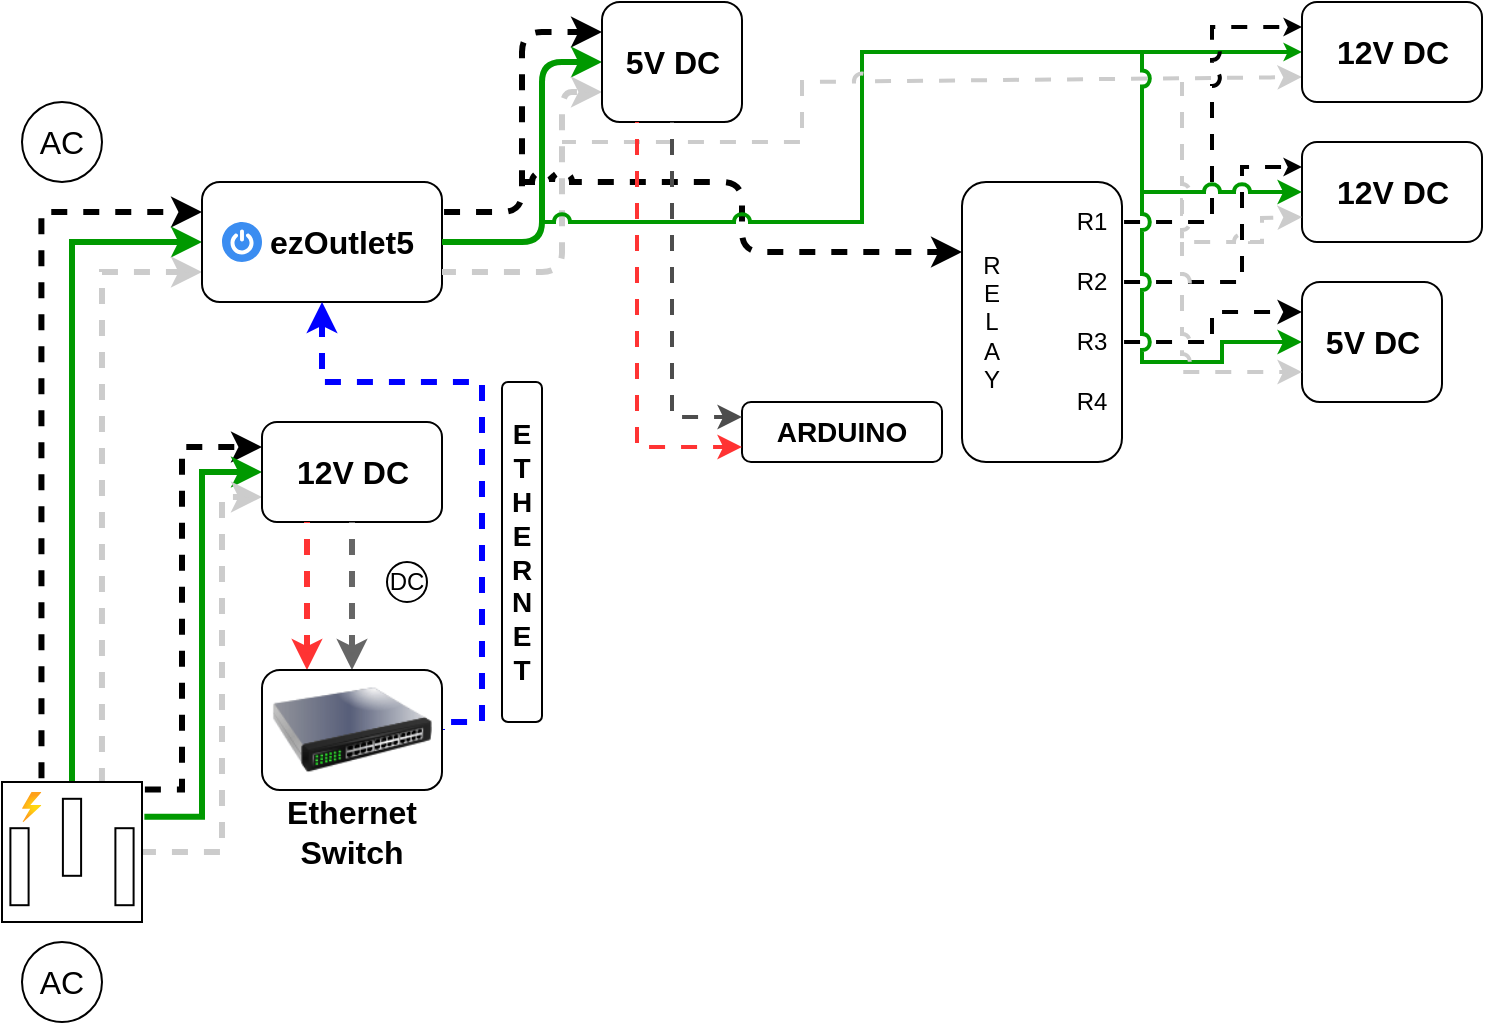
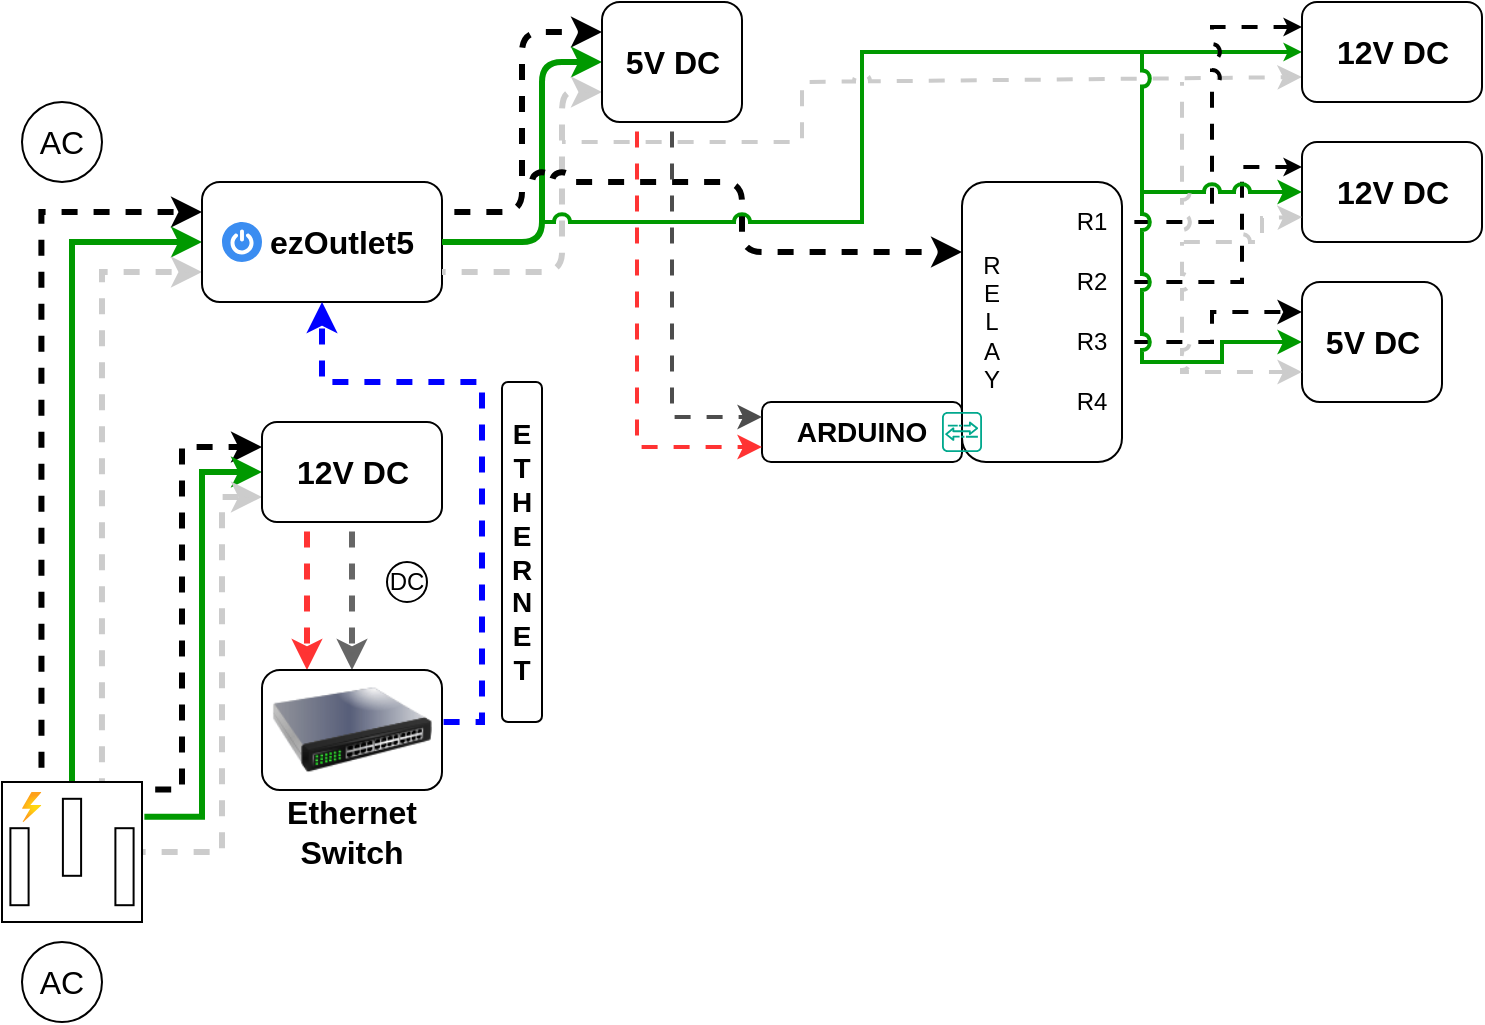
<mxfile host="app.diagrams.net" agent="Mozilla/5.0 (Windows NT 10.0; Win64; x64) AppleWebKit/537.36 (KHTML, like Gecko) Chrome/131.0.0.0 Safari/537.36 Edg/131.0.0.0" version="25.0.3">
  <diagram name="Page-1" id="VlRkN-xOVygPYa-iD9Ir">
-     <mxGraphModel dx="875" dy="548" grid="1" gridSize="10" guides="1" tooltips="1" connect="1" arrows="1" fold="1" page="1" pageScale="1" pageWidth="1169" pageHeight="827" background="none" math="0" shadow="0">
+     <mxGraphModel dx="202" dy="127" grid="1" gridSize="10" guides="1" tooltips="1" connect="1" arrows="1" fold="1" page="1" pageScale="1" pageWidth="1169" pageHeight="827" background="none" math="0" shadow="0">
      <root>
        <mxCell id="0" />
        <mxCell id="1" parent="0" />
        <mxCell id="JVLtuT8sySUBbFbLTn6r-3" style="edgeStyle=orthogonalEdgeStyle;rounded=0;orthogonalLoop=1;jettySize=auto;html=1;entryX=0;entryY=0.25;entryDx=0;entryDy=0;exitX=0.282;exitY=-0.013;exitDx=0;exitDy=0;exitPerimeter=0;strokeWidth=3;flowAnimation=1;flowAnimationDirection=alternate;flowAnimationTimingFunction=ease-in-out;flowAnimationDuration=1500;" edge="1" parent="1" source="pD8juBFKP1GN8B8eYQTb-1" target="pD8juBFKP1GN8B8eYQTb-3">
          <mxGeometry relative="1" as="geometry" />
        </mxCell>
        <mxCell id="JVLtuT8sySUBbFbLTn6r-4" style="edgeStyle=orthogonalEdgeStyle;rounded=0;orthogonalLoop=1;jettySize=auto;html=1;exitX=0.5;exitY=0;exitDx=0;exitDy=0;exitPerimeter=0;entryX=0;entryY=0.5;entryDx=0;entryDy=0;strokeColor=#009900;strokeWidth=3;" edge="1" parent="1" source="pD8juBFKP1GN8B8eYQTb-1" target="pD8juBFKP1GN8B8eYQTb-3">
          <mxGeometry relative="1" as="geometry" />
        </mxCell>
        <mxCell id="JVLtuT8sySUBbFbLTn6r-5" style="edgeStyle=orthogonalEdgeStyle;rounded=0;orthogonalLoop=1;jettySize=auto;html=1;entryX=0;entryY=0.75;entryDx=0;entryDy=0;exitX=0.714;exitY=0;exitDx=0;exitDy=0;exitPerimeter=0;strokeWidth=3;strokeColor=#CCCCCC;flowAnimation=1;flowAnimationDirection=alternate-reverse;flowAnimationTimingFunction=ease-in-out;flowAnimationDuration=1500;" edge="1" parent="1" source="pD8juBFKP1GN8B8eYQTb-1" target="pD8juBFKP1GN8B8eYQTb-3">
          <mxGeometry relative="1" as="geometry">
            <mxPoint x="120" y="320" as="targetPoint" />
          </mxGeometry>
        </mxCell>
        <mxCell id="JVLtuT8sySUBbFbLTn6r-6" style="edgeStyle=orthogonalEdgeStyle;rounded=0;orthogonalLoop=1;jettySize=auto;html=1;entryX=0;entryY=0.25;entryDx=0;entryDy=0;exitX=1.006;exitY=0.054;exitDx=0;exitDy=0;exitPerimeter=0;strokeWidth=3;flowAnimation=1;flowAnimationDirection=alternate;flowAnimationTimingFunction=ease-in-out;flowAnimationDuration=1500;" edge="1" parent="1" source="pD8juBFKP1GN8B8eYQTb-1" target="pD8juBFKP1GN8B8eYQTb-24">
          <mxGeometry relative="1" as="geometry">
            <Array as="points">
              <mxPoint x="120" y="404" />
              <mxPoint x="120" y="233" />
            </Array>
          </mxGeometry>
        </mxCell>
        <mxCell id="JVLtuT8sySUBbFbLTn6r-7" style="edgeStyle=orthogonalEdgeStyle;rounded=0;orthogonalLoop=1;jettySize=auto;html=1;entryX=0;entryY=0.5;entryDx=0;entryDy=0;exitX=1.017;exitY=0.249;exitDx=0;exitDy=0;exitPerimeter=0;strokeWidth=3;strokeColor=#009900;" edge="1" parent="1" source="pD8juBFKP1GN8B8eYQTb-1" target="pD8juBFKP1GN8B8eYQTb-24">
          <mxGeometry relative="1" as="geometry" />
        </mxCell>
        <mxCell id="JVLtuT8sySUBbFbLTn6r-8" style="edgeStyle=orthogonalEdgeStyle;rounded=0;orthogonalLoop=1;jettySize=auto;html=1;entryX=0;entryY=0.75;entryDx=0;entryDy=0;strokeColor=#CCCCCC;strokeWidth=3;flowAnimation=1;flowAnimationDirection=alternate-reverse;flowAnimationTimingFunction=ease-in-out;flowAnimationDuration=1500;" edge="1" parent="1" source="pD8juBFKP1GN8B8eYQTb-1" target="pD8juBFKP1GN8B8eYQTb-24">
          <mxGeometry relative="1" as="geometry">
            <Array as="points">
              <mxPoint x="140" y="435" />
              <mxPoint x="140" y="258" />
            </Array>
          </mxGeometry>
        </mxCell>
        <mxCell id="JVLtuT8sySUBbFbLTn6r-1" value="" style="group" vertex="1" connectable="0" parent="1">
          <mxGeometry x="30" y="480" width="60" height="40" as="geometry" />
        </mxCell>
        <mxCell id="pD8juBFKP1GN8B8eYQTb-22" value="AC" style="text;html=1;align=center;verticalAlign=middle;whiteSpace=wrap;rounded=0;fontSize=16;" parent="JVLtuT8sySUBbFbLTn6r-1" vertex="1">
          <mxGeometry y="5" width="60" height="30" as="geometry" />
        </mxCell>
        <mxCell id="pD8juBFKP1GN8B8eYQTb-23" value="" style="ellipse;whiteSpace=wrap;html=1;fillColor=none;" parent="JVLtuT8sySUBbFbLTn6r-1" vertex="1">
          <mxGeometry x="10" width="40" height="40" as="geometry" />
        </mxCell>
        <mxCell id="JVLtuT8sySUBbFbLTn6r-2" value="" style="group" vertex="1" connectable="0" parent="1">
          <mxGeometry x="30" y="60" width="60" height="40" as="geometry" />
        </mxCell>
        <mxCell id="pD8juBFKP1GN8B8eYQTb-9" value="" style="ellipse;whiteSpace=wrap;html=1;fillColor=none;" parent="JVLtuT8sySUBbFbLTn6r-2" vertex="1">
          <mxGeometry x="10" width="40" height="40" as="geometry" />
        </mxCell>
        <mxCell id="pD8juBFKP1GN8B8eYQTb-11" value="AC" style="text;html=1;align=center;verticalAlign=middle;whiteSpace=wrap;rounded=0;fontSize=16;" parent="JVLtuT8sySUBbFbLTn6r-2" vertex="1">
          <mxGeometry y="5" width="60" height="30" as="geometry" />
        </mxCell>
        <mxCell id="JVLtuT8sySUBbFbLTn6r-9" value="" style="group" vertex="1" connectable="0" parent="1">
          <mxGeometry x="130" y="100" width="120" height="60" as="geometry" />
        </mxCell>
        <mxCell id="JVLtuT8sySUBbFbLTn6r-16" value="" style="group" vertex="1" connectable="0" parent="JVLtuT8sySUBbFbLTn6r-9">
          <mxGeometry width="120" height="60" as="geometry" />
        </mxCell>
        <mxCell id="pD8juBFKP1GN8B8eYQTb-3" value="" style="rounded=1;whiteSpace=wrap;html=1;" parent="JVLtuT8sySUBbFbLTn6r-16" vertex="1">
          <mxGeometry width="120" height="60" as="geometry" />
        </mxCell>
        <mxCell id="JVLtuT8sySUBbFbLTn6r-13" value="" style="sketch=0;html=1;aspect=fixed;strokeColor=none;shadow=0;fillColor=#3B8DF1;verticalAlign=top;labelPosition=center;verticalLabelPosition=bottom;shape=mxgraph.gcp2.a7_power" vertex="1" parent="JVLtuT8sySUBbFbLTn6r-16">
          <mxGeometry x="10" y="20" width="20" height="20" as="geometry" />
        </mxCell>
        <mxCell id="pD8juBFKP1GN8B8eYQTb-15" value="&lt;b&gt;ezOutlet5&lt;/b&gt;" style="text;html=1;align=center;verticalAlign=middle;whiteSpace=wrap;rounded=0;fontSize=16;" parent="JVLtuT8sySUBbFbLTn6r-16" vertex="1">
          <mxGeometry x="40" y="10" width="60" height="40" as="geometry" />
        </mxCell>
        <mxCell id="JVLtuT8sySUBbFbLTn6r-11" value="" style="group" vertex="1" connectable="0" parent="1">
          <mxGeometry x="160" y="220" width="90" height="50" as="geometry" />
        </mxCell>
        <mxCell id="JVLtuT8sySUBbFbLTn6r-72" value="" style="group" vertex="1" connectable="0" parent="JVLtuT8sySUBbFbLTn6r-11">
          <mxGeometry width="90" height="50" as="geometry" />
        </mxCell>
        <mxCell id="pD8juBFKP1GN8B8eYQTb-24" value="" style="rounded=1;whiteSpace=wrap;html=1;" parent="JVLtuT8sySUBbFbLTn6r-72" vertex="1">
          <mxGeometry width="90" height="50" as="geometry" />
        </mxCell>
        <mxCell id="JVLtuT8sySUBbFbLTn6r-10" value="&lt;font style=&quot;font-size: 16px;&quot;&gt;&lt;b&gt;12V DC&lt;/b&gt;&lt;/font&gt;" style="text;html=1;align=center;verticalAlign=middle;whiteSpace=wrap;rounded=0;" vertex="1" parent="JVLtuT8sySUBbFbLTn6r-72">
          <mxGeometry x="15.75" y="10" width="58.5" height="30" as="geometry" />
        </mxCell>
        <mxCell id="JVLtuT8sySUBbFbLTn6r-18" value="" style="group" vertex="1" connectable="0" parent="1">
          <mxGeometry x="30" y="400" width="70" height="70" as="geometry" />
        </mxCell>
        <mxCell id="pD8juBFKP1GN8B8eYQTb-1" value="" style="pointerEvents=1;verticalLabelPosition=bottom;shadow=0;dashed=0;align=center;html=1;verticalAlign=top;shape=mxgraph.electrical.miscellaneous.ac_out" parent="JVLtuT8sySUBbFbLTn6r-18" vertex="1">
          <mxGeometry width="70" height="70" as="geometry" />
        </mxCell>
        <mxCell id="JVLtuT8sySUBbFbLTn6r-12" value="" style="image;aspect=fixed;html=1;points=[];align=center;fontSize=12;image=img/lib/azure2/general/Power.svg;" vertex="1" parent="JVLtuT8sySUBbFbLTn6r-18">
          <mxGeometry x="10" y="5" width="9.72" height="15" as="geometry" />
        </mxCell>
        <mxCell id="JVLtuT8sySUBbFbLTn6r-23" style="edgeStyle=orthogonalEdgeStyle;rounded=0;orthogonalLoop=1;jettySize=auto;html=1;entryX=0.25;entryY=0;entryDx=0;entryDy=0;exitX=0.25;exitY=1;exitDx=0;exitDy=0;strokeColor=#FF3333;strokeWidth=3;flowAnimation=1;" edge="1" parent="1" source="pD8juBFKP1GN8B8eYQTb-24" target="JVLtuT8sySUBbFbLTn6r-19">
          <mxGeometry relative="1" as="geometry" />
        </mxCell>
        <mxCell id="JVLtuT8sySUBbFbLTn6r-28" value="" style="group" vertex="1" connectable="0" parent="1">
          <mxGeometry x="220" y="290" width="25" height="20" as="geometry" />
        </mxCell>
        <mxCell id="JVLtuT8sySUBbFbLTn6r-26" value="" style="ellipse;whiteSpace=wrap;html=1;aspect=fixed;" vertex="1" parent="JVLtuT8sySUBbFbLTn6r-28">
          <mxGeometry x="2.5" width="20" height="20" as="geometry" />
        </mxCell>
        <mxCell id="JVLtuT8sySUBbFbLTn6r-27" value="&lt;font&gt;DC&lt;/font&gt;" style="text;html=1;align=center;verticalAlign=middle;whiteSpace=wrap;rounded=0;" vertex="1" parent="JVLtuT8sySUBbFbLTn6r-28">
          <mxGeometry y="2.5" width="25" height="15" as="geometry" />
        </mxCell>
        <mxCell id="JVLtuT8sySUBbFbLTn6r-29" style="edgeStyle=orthogonalEdgeStyle;rounded=0;orthogonalLoop=1;jettySize=auto;html=1;exitX=0.5;exitY=1;exitDx=0;exitDy=0;entryX=0.5;entryY=0;entryDx=0;entryDy=0;strokeWidth=3;flowAnimation=1;strokeColor=#666666;" edge="1" parent="1" source="pD8juBFKP1GN8B8eYQTb-24" target="JVLtuT8sySUBbFbLTn6r-19">
          <mxGeometry relative="1" as="geometry" />
        </mxCell>
        <mxCell id="JVLtuT8sySUBbFbLTn6r-30" style="edgeStyle=orthogonalEdgeStyle;rounded=0;orthogonalLoop=1;jettySize=auto;html=1;exitX=1;exitY=0.5;exitDx=0;exitDy=0;entryX=0.5;entryY=1;entryDx=0;entryDy=0;strokeColor=#0000FF;strokeWidth=3;flowAnimation=1;" edge="1" parent="1" source="JVLtuT8sySUBbFbLTn6r-19" target="pD8juBFKP1GN8B8eYQTb-3">
          <mxGeometry relative="1" as="geometry">
            <Array as="points">
              <mxPoint x="270" y="370" />
              <mxPoint x="270" y="200" />
              <mxPoint x="190" y="200" />
            </Array>
          </mxGeometry>
        </mxCell>
        <mxCell id="JVLtuT8sySUBbFbLTn6r-31" value="" style="rounded=1;whiteSpace=wrap;html=1;" vertex="1" parent="1">
          <mxGeometry x="280" y="200" width="20" height="170" as="geometry" />
        </mxCell>
        <mxCell id="JVLtuT8sySUBbFbLTn6r-32" value="&lt;b&gt;&lt;font style=&quot;font-size: 14px;&quot;&gt;E&lt;/font&gt;&lt;/b&gt;&lt;div&gt;&lt;b&gt;&lt;font style=&quot;font-size: 14px;&quot;&gt;T&lt;/font&gt;&lt;/b&gt;&lt;/div&gt;&lt;div&gt;&lt;b&gt;&lt;font style=&quot;font-size: 14px;&quot;&gt;H&lt;/font&gt;&lt;/b&gt;&lt;/div&gt;&lt;div&gt;&lt;b&gt;&lt;font style=&quot;font-size: 14px;&quot;&gt;E&lt;/font&gt;&lt;/b&gt;&lt;/div&gt;&lt;div&gt;&lt;b&gt;&lt;font style=&quot;font-size: 14px;&quot;&gt;R&lt;/font&gt;&lt;/b&gt;&lt;/div&gt;&lt;div&gt;&lt;b&gt;&lt;font style=&quot;font-size: 14px;&quot;&gt;N&lt;/font&gt;&lt;/b&gt;&lt;/div&gt;&lt;div&gt;&lt;b&gt;&lt;font style=&quot;font-size: 14px;&quot;&gt;E&lt;/font&gt;&lt;/b&gt;&lt;/div&gt;&lt;div&gt;&lt;b&gt;&lt;font style=&quot;font-size: 14px;&quot;&gt;T&lt;/font&gt;&lt;/b&gt;&lt;/div&gt;" style="text;html=1;align=center;verticalAlign=middle;whiteSpace=wrap;rounded=0;" vertex="1" parent="1">
          <mxGeometry x="275" y="180" width="30" height="210" as="geometry" />
        </mxCell>
        <mxCell id="JVLtuT8sySUBbFbLTn6r-33" value="" style="rounded=1;whiteSpace=wrap;html=1;" vertex="1" parent="1">
          <mxGeometry x="510" y="100" width="80" height="140" as="geometry" />
        </mxCell>
        <mxCell id="JVLtuT8sySUBbFbLTn6r-35" style="edgeStyle=orthogonalEdgeStyle;rounded=1;orthogonalLoop=1;jettySize=auto;html=1;exitX=1;exitY=0.25;exitDx=0;exitDy=0;entryX=0;entryY=0.25;entryDx=0;entryDy=0;curved=0;strokeWidth=3;flowAnimation=1;flowAnimationDirection=alternate;flowAnimationTimingFunction=ease-in-out;flowAnimationDuration=1500;" edge="1" parent="1" source="pD8juBFKP1GN8B8eYQTb-3" target="JVLtuT8sySUBbFbLTn6r-34">
          <mxGeometry relative="1" as="geometry" />
        </mxCell>
        <mxCell id="JVLtuT8sySUBbFbLTn6r-36" style="edgeStyle=orthogonalEdgeStyle;rounded=1;orthogonalLoop=1;jettySize=auto;html=1;exitX=1;exitY=0.5;exitDx=0;exitDy=0;entryX=0;entryY=0.5;entryDx=0;entryDy=0;curved=0;strokeWidth=3;strokeColor=#009900;" edge="1" parent="1" source="pD8juBFKP1GN8B8eYQTb-3" target="JVLtuT8sySUBbFbLTn6r-34">
          <mxGeometry relative="1" as="geometry">
            <Array as="points">
              <mxPoint x="300" y="130" />
              <mxPoint x="300" y="40" />
            </Array>
          </mxGeometry>
        </mxCell>
        <mxCell id="JVLtuT8sySUBbFbLTn6r-37" style="edgeStyle=orthogonalEdgeStyle;rounded=1;orthogonalLoop=1;jettySize=auto;html=1;exitX=1;exitY=0.75;exitDx=0;exitDy=0;entryX=0;entryY=0.75;entryDx=0;entryDy=0;curved=0;strokeColor=#CCCCCC;strokeWidth=3;flowAnimation=1;flowAnimationDirection=alternate-reverse;flowAnimationTimingFunction=ease-in-out;flowAnimationDuration=1500;" edge="1" parent="1" source="pD8juBFKP1GN8B8eYQTb-3" target="JVLtuT8sySUBbFbLTn6r-34">
          <mxGeometry relative="1" as="geometry">
            <Array as="points">
              <mxPoint x="310" y="145" />
              <mxPoint x="310" y="55" />
            </Array>
          </mxGeometry>
        </mxCell>
        <mxCell id="JVLtuT8sySUBbFbLTn6r-40" value="" style="endArrow=classic;html=1;rounded=1;curved=0;entryX=0;entryY=0.25;entryDx=0;entryDy=0;jumpStyle=arc;strokeWidth=3;flowAnimation=1;flowAnimationDirection=alternate;flowAnimationTimingFunction=ease-in-out;flowAnimationDuration=1500;" edge="1" parent="1" target="JVLtuT8sySUBbFbLTn6r-33">
          <mxGeometry width="50" height="50" relative="1" as="geometry">
            <mxPoint x="290" y="100" as="sourcePoint" />
            <mxPoint x="410" y="170" as="targetPoint" />
            <Array as="points">
              <mxPoint x="400" y="100" />
              <mxPoint x="400" y="135" />
            </Array>
          </mxGeometry>
        </mxCell>
        <mxCell id="JVLtuT8sySUBbFbLTn6r-51" value="" style="group" vertex="1" connectable="0" parent="1">
          <mxGeometry x="160" y="344" width="90" height="96" as="geometry" />
        </mxCell>
        <mxCell id="JVLtuT8sySUBbFbLTn6r-21" value="" style="group" vertex="1" connectable="0" parent="JVLtuT8sySUBbFbLTn6r-51">
          <mxGeometry width="90" height="70" as="geometry" />
        </mxCell>
        <mxCell id="JVLtuT8sySUBbFbLTn6r-50" value="" style="group" vertex="1" connectable="0" parent="JVLtuT8sySUBbFbLTn6r-21">
          <mxGeometry width="90" height="70" as="geometry" />
        </mxCell>
        <mxCell id="JVLtuT8sySUBbFbLTn6r-19" value="" style="rounded=1;whiteSpace=wrap;html=1;" vertex="1" parent="JVLtuT8sySUBbFbLTn6r-50">
          <mxGeometry width="90" height="60" as="geometry" />
        </mxCell>
        <mxCell id="JVLtuT8sySUBbFbLTn6r-49" value="" style="image;html=1;image=img/lib/clip_art/networking/Switch_128x128.png" vertex="1" parent="JVLtuT8sySUBbFbLTn6r-50">
          <mxGeometry x="5" y="-10" width="80" height="80" as="geometry" />
        </mxCell>
        <mxCell id="JVLtuT8sySUBbFbLTn6r-20" value="&lt;b&gt;&lt;font style=&quot;font-size: 16px;&quot;&gt;Ethernet&lt;/font&gt;&lt;/b&gt;&lt;div&gt;&lt;b&gt;&lt;font style=&quot;font-size: 16px;&quot;&gt;Switch&lt;/font&gt;&lt;/b&gt;&lt;/div&gt;" style="text;html=1;align=center;verticalAlign=middle;whiteSpace=wrap;rounded=0;" vertex="1" parent="JVLtuT8sySUBbFbLTn6r-51">
          <mxGeometry x="15" y="66" width="60" height="30" as="geometry" />
        </mxCell>
        <mxCell id="JVLtuT8sySUBbFbLTn6r-53" value="" style="group" vertex="1" connectable="0" parent="1">
          <mxGeometry x="330" y="10" width="70" height="60" as="geometry" />
        </mxCell>
        <mxCell id="JVLtuT8sySUBbFbLTn6r-71" value="" style="group" vertex="1" connectable="0" parent="JVLtuT8sySUBbFbLTn6r-53">
          <mxGeometry width="70" height="60" as="geometry" />
        </mxCell>
        <mxCell id="JVLtuT8sySUBbFbLTn6r-34" value="" style="rounded=1;whiteSpace=wrap;html=1;" vertex="1" parent="JVLtuT8sySUBbFbLTn6r-71">
          <mxGeometry width="70" height="60" as="geometry" />
        </mxCell>
        <mxCell id="JVLtuT8sySUBbFbLTn6r-52" value="&lt;font style=&quot;font-size: 16px;&quot;&gt;&lt;b&gt;5&lt;/b&gt;&lt;/font&gt;&lt;b style=&quot;font-size: 16px; background-color: initial;&quot;&gt;V DC&lt;/b&gt;" style="text;html=1;align=center;verticalAlign=middle;whiteSpace=wrap;rounded=0;" vertex="1" parent="JVLtuT8sySUBbFbLTn6r-71">
          <mxGeometry x="5.75" y="15" width="58.5" height="30" as="geometry" />
        </mxCell>
        <mxCell id="JVLtuT8sySUBbFbLTn6r-54" value="" style="endArrow=classic;html=1;rounded=0;entryX=0;entryY=0.5;entryDx=0;entryDy=0;jumpStyle=arc;strokeColor=#009900;strokeWidth=2;endSize=3;" edge="1" parent="1" target="JVLtuT8sySUBbFbLTn6r-74">
          <mxGeometry width="50" height="50" relative="1" as="geometry">
            <mxPoint x="300" y="120" as="sourcePoint" />
            <mxPoint x="350" y="80" as="targetPoint" />
            <Array as="points">
              <mxPoint x="460" y="120" />
              <mxPoint x="460" y="35" />
            </Array>
          </mxGeometry>
        </mxCell>
        <mxCell id="JVLtuT8sySUBbFbLTn6r-55" value="" style="endArrow=classic;html=1;rounded=0;entryX=0;entryY=0.75;entryDx=0;entryDy=0;strokeColor=#CCCCCC;strokeWidth=2;jumpStyle=arc;flowAnimation=1;flowAnimationDirection=alternate-reverse;flowAnimationTimingFunction=ease-in-out;flowAnimationDuration=1500;" edge="1" parent="1" target="JVLtuT8sySUBbFbLTn6r-74">
          <mxGeometry width="50" height="50" relative="1" as="geometry">
            <mxPoint x="310" y="80" as="sourcePoint" />
            <mxPoint x="350" y="140" as="targetPoint" />
            <Array as="points">
              <mxPoint x="430" y="80" />
              <mxPoint x="430" y="50" />
              <mxPoint x="520" y="50" />
            </Array>
          </mxGeometry>
        </mxCell>
        <mxCell id="JVLtuT8sySUBbFbLTn6r-56" value="R&lt;div&gt;E&lt;/div&gt;&lt;div&gt;L&lt;/div&gt;&lt;div&gt;A&lt;/div&gt;&lt;div&gt;Y&lt;/div&gt;" style="text;html=1;align=center;verticalAlign=middle;whiteSpace=wrap;rounded=0;" vertex="1" parent="1">
          <mxGeometry x="510" y="135" width="30" height="70" as="geometry" />
        </mxCell>
        <mxCell id="JVLtuT8sySUBbFbLTn6r-79" style="edgeStyle=orthogonalEdgeStyle;rounded=0;orthogonalLoop=1;jettySize=auto;html=1;exitX=1;exitY=0.5;exitDx=0;exitDy=0;entryX=0;entryY=0.25;entryDx=0;entryDy=0;strokeWidth=2;flowAnimation=1;flowAnimationDirection=alternate;flowAnimationTimingFunction=ease-in-out;flowAnimationDuration=1500;jumpStyle=arc;endSize=3;" edge="1" parent="1" source="JVLtuT8sySUBbFbLTn6r-57" target="JVLtuT8sySUBbFbLTn6r-74">
          <mxGeometry relative="1" as="geometry" />
        </mxCell>
        <mxCell id="JVLtuT8sySUBbFbLTn6r-57" value="R1" style="text;html=1;align=center;verticalAlign=middle;whiteSpace=wrap;rounded=0;" vertex="1" parent="1">
          <mxGeometry x="560" y="105" width="30" height="30" as="geometry" />
        </mxCell>
        <mxCell id="JVLtuT8sySUBbFbLTn6r-80" style="edgeStyle=orthogonalEdgeStyle;rounded=0;orthogonalLoop=1;jettySize=auto;html=1;exitX=1;exitY=0.5;exitDx=0;exitDy=0;entryX=0;entryY=0.25;entryDx=0;entryDy=0;strokeWidth=2;flowAnimation=1;flowAnimationDirection=alternate;flowAnimationTimingFunction=ease-in-out;flowAnimationDuration=1500;endSize=3;jumpStyle=arc;" edge="1" parent="1" source="JVLtuT8sySUBbFbLTn6r-58" target="JVLtuT8sySUBbFbLTn6r-77">
          <mxGeometry relative="1" as="geometry">
            <Array as="points">
              <mxPoint x="650" y="150" />
              <mxPoint x="650" y="93" />
            </Array>
          </mxGeometry>
        </mxCell>
        <mxCell id="JVLtuT8sySUBbFbLTn6r-58" value="R2" style="text;html=1;align=center;verticalAlign=middle;whiteSpace=wrap;rounded=0;" vertex="1" parent="1">
          <mxGeometry x="560" y="135" width="30" height="30" as="geometry" />
        </mxCell>
        <mxCell id="JVLtuT8sySUBbFbLTn6r-81" style="edgeStyle=orthogonalEdgeStyle;rounded=0;orthogonalLoop=1;jettySize=auto;html=1;exitX=1;exitY=0.5;exitDx=0;exitDy=0;entryX=0;entryY=0.25;entryDx=0;entryDy=0;strokeWidth=2;flowAnimation=1;flowAnimationDirection=alternate;flowAnimationTimingFunction=ease-in-out;flowAnimationDuration=1500;jumpStyle=arc;" edge="1" parent="1" source="JVLtuT8sySUBbFbLTn6r-59" target="JVLtuT8sySUBbFbLTn6r-63">
          <mxGeometry relative="1" as="geometry" />
        </mxCell>
        <mxCell id="JVLtuT8sySUBbFbLTn6r-59" value="R3" style="text;html=1;align=center;verticalAlign=middle;whiteSpace=wrap;rounded=0;" vertex="1" parent="1">
          <mxGeometry x="560" y="165" width="30" height="30" as="geometry" />
        </mxCell>
        <mxCell id="JVLtuT8sySUBbFbLTn6r-60" value="R4" style="text;html=1;align=center;verticalAlign=middle;whiteSpace=wrap;rounded=0;" vertex="1" parent="1">
          <mxGeometry x="560" y="195" width="30" height="30" as="geometry" />
        </mxCell>
        <mxCell id="JVLtuT8sySUBbFbLTn6r-67" value="" style="group" vertex="1" connectable="0" parent="1">
          <mxGeometry x="680" y="150" width="70" height="60" as="geometry" />
        </mxCell>
        <mxCell id="JVLtuT8sySUBbFbLTn6r-63" value="" style="rounded=1;whiteSpace=wrap;html=1;" vertex="1" parent="JVLtuT8sySUBbFbLTn6r-67">
          <mxGeometry width="70" height="60" as="geometry" />
        </mxCell>
        <mxCell id="JVLtuT8sySUBbFbLTn6r-62" value="" style="group" vertex="1" connectable="0" parent="JVLtuT8sySUBbFbLTn6r-67">
          <mxGeometry width="70" height="60" as="geometry" />
        </mxCell>
        <mxCell id="JVLtuT8sySUBbFbLTn6r-64" value="&lt;font style=&quot;font-size: 16px;&quot;&gt;&lt;b&gt;5&lt;/b&gt;&lt;/font&gt;&lt;b style=&quot;font-size: 16px; background-color: initial;&quot;&gt;V DC&lt;/b&gt;" style="text;html=1;align=center;verticalAlign=middle;whiteSpace=wrap;rounded=0;" vertex="1" parent="JVLtuT8sySUBbFbLTn6r-62">
          <mxGeometry x="5.75" y="15" width="58.5" height="30" as="geometry" />
        </mxCell>
        <mxCell id="JVLtuT8sySUBbFbLTn6r-73" value="" style="group" vertex="1" connectable="0" parent="1">
          <mxGeometry x="680" y="10" width="90" height="50" as="geometry" />
        </mxCell>
        <mxCell id="JVLtuT8sySUBbFbLTn6r-74" value="" style="rounded=1;whiteSpace=wrap;html=1;" vertex="1" parent="JVLtuT8sySUBbFbLTn6r-73">
          <mxGeometry width="90" height="50" as="geometry" />
        </mxCell>
        <mxCell id="JVLtuT8sySUBbFbLTn6r-75" value="&lt;font style=&quot;font-size: 16px;&quot;&gt;&lt;b&gt;12V DC&lt;/b&gt;&lt;/font&gt;" style="text;html=1;align=center;verticalAlign=middle;whiteSpace=wrap;rounded=0;" vertex="1" parent="JVLtuT8sySUBbFbLTn6r-73">
          <mxGeometry x="15.75" y="10" width="58.5" height="30" as="geometry" />
        </mxCell>
        <mxCell id="JVLtuT8sySUBbFbLTn6r-76" value="" style="group" vertex="1" connectable="0" parent="1">
          <mxGeometry x="680" y="80" width="90" height="50" as="geometry" />
        </mxCell>
        <mxCell id="JVLtuT8sySUBbFbLTn6r-77" value="" style="rounded=1;whiteSpace=wrap;html=1;" vertex="1" parent="JVLtuT8sySUBbFbLTn6r-76">
          <mxGeometry width="90" height="50" as="geometry" />
        </mxCell>
        <mxCell id="JVLtuT8sySUBbFbLTn6r-78" value="&lt;font style=&quot;font-size: 16px;&quot;&gt;&lt;b&gt;12V DC&lt;/b&gt;&lt;/font&gt;" style="text;html=1;align=center;verticalAlign=middle;whiteSpace=wrap;rounded=0;" vertex="1" parent="JVLtuT8sySUBbFbLTn6r-76">
          <mxGeometry x="15.75" y="10" width="58.5" height="30" as="geometry" />
        </mxCell>
        <mxCell id="JVLtuT8sySUBbFbLTn6r-82" value="" style="endArrow=classic;html=1;rounded=0;entryX=0;entryY=0.5;entryDx=0;entryDy=0;jumpStyle=arc;strokeColor=#009900;strokeWidth=2;" edge="1" parent="1" target="JVLtuT8sySUBbFbLTn6r-77">
          <mxGeometry width="50" height="50" relative="1" as="geometry">
            <mxPoint x="600" y="35" as="sourcePoint" />
            <mxPoint x="660" y="105" as="targetPoint" />
            <Array as="points">
              <mxPoint x="600" y="105" />
            </Array>
          </mxGeometry>
        </mxCell>
        <mxCell id="JVLtuT8sySUBbFbLTn6r-83" value="" style="endArrow=classic;html=1;rounded=0;entryX=0;entryY=0.75;entryDx=0;entryDy=0;strokeWidth=2;strokeColor=#CCCCCC;flowAnimation=1;flowAnimationTimingFunction=ease-in-out;flowAnimationDirection=alternate-reverse;jumpStyle=arc;flowAnimationDuration=1500;" edge="1" parent="1" target="JVLtuT8sySUBbFbLTn6r-77">
          <mxGeometry width="50" height="50" relative="1" as="geometry">
            <mxPoint x="620" y="50" as="sourcePoint" />
            <mxPoint x="480" y="40" as="targetPoint" />
            <Array as="points">
              <mxPoint x="620" y="130" />
              <mxPoint x="660" y="130" />
              <mxPoint x="660" y="118" />
            </Array>
          </mxGeometry>
        </mxCell>
        <mxCell id="JVLtuT8sySUBbFbLTn6r-88" value="" style="endArrow=classic;html=1;rounded=0;entryX=0;entryY=0.5;entryDx=0;entryDy=0;strokeColor=#009900;strokeWidth=2;jumpStyle=arc;" edge="1" parent="1" target="JVLtuT8sySUBbFbLTn6r-63">
          <mxGeometry width="50" height="50" relative="1" as="geometry">
            <mxPoint x="600" y="100" as="sourcePoint" />
            <mxPoint x="600" y="140" as="targetPoint" />
            <Array as="points">
              <mxPoint x="600" y="190" />
              <mxPoint x="640" y="190" />
              <mxPoint x="640" y="180" />
            </Array>
          </mxGeometry>
        </mxCell>
        <mxCell id="JVLtuT8sySUBbFbLTn6r-89" value="" style="endArrow=classic;html=1;rounded=0;entryX=0;entryY=0.75;entryDx=0;entryDy=0;strokeWidth=2;strokeColor=#CCCCCC;flowAnimation=1;jumpStyle=arc;flowAnimationTimingFunction=ease-in-out;flowAnimationDirection=alternate-reverse;flowAnimationDuration=1500;" edge="1" parent="1" target="JVLtuT8sySUBbFbLTn6r-63">
          <mxGeometry width="50" height="50" relative="1" as="geometry">
            <mxPoint x="620" y="130" as="sourcePoint" />
            <mxPoint x="600" y="100" as="targetPoint" />
            <Array as="points">
              <mxPoint x="620" y="195" />
            </Array>
          </mxGeometry>
        </mxCell>
        <mxCell id="JVLtuT8sySUBbFbLTn6r-90" value="&lt;b&gt;&lt;font style=&quot;font-size: 14px;&quot;&gt;ARDUINO&lt;/font&gt;&lt;/b&gt;" style="rounded=1;whiteSpace=wrap;html=1;" vertex="1" parent="1">
-           <mxGeometry x="400" y="210" width="100" height="30" as="geometry" />
+           <mxGeometry x="410" y="210" width="100" height="30" as="geometry" />
        </mxCell>
        <mxCell id="JVLtuT8sySUBbFbLTn6r-91" style="edgeStyle=orthogonalEdgeStyle;rounded=0;orthogonalLoop=1;jettySize=auto;html=1;exitX=0.25;exitY=1;exitDx=0;exitDy=0;entryX=0;entryY=0.75;entryDx=0;entryDy=0;strokeWidth=2;flowAnimation=1;strokeColor=#FF3333;" edge="1" parent="1" source="JVLtuT8sySUBbFbLTn6r-34" target="JVLtuT8sySUBbFbLTn6r-90">
          <mxGeometry relative="1" as="geometry" />
        </mxCell>
        <mxCell id="JVLtuT8sySUBbFbLTn6r-92" style="edgeStyle=orthogonalEdgeStyle;rounded=0;orthogonalLoop=1;jettySize=auto;html=1;exitX=0.5;exitY=1;exitDx=0;exitDy=0;entryX=0;entryY=0.25;entryDx=0;entryDy=0;strokeWidth=2;flowAnimation=1;strokeColor=#4D4D4D;" edge="1" parent="1" source="JVLtuT8sySUBbFbLTn6r-34" target="JVLtuT8sySUBbFbLTn6r-90">
          <mxGeometry relative="1" as="geometry" />
+         </mxCell>
+         <mxCell id="JVLtuT8sySUBbFbLTn6r-93" value="" style="sketch=0;outlineConnect=0;fontColor=#232F3E;gradientColor=none;fillColor=#01A88D;strokeColor=none;dashed=0;verticalLabelPosition=bottom;verticalAlign=top;align=center;html=1;fontSize=12;fontStyle=0;aspect=fixed;shape=mxgraph.aws4.agent2;" vertex="1" parent="1">
+           <mxGeometry x="500" y="215" width="20" height="20" as="geometry" />
        </mxCell>
      </root>
    </mxGraphModel>
  </diagram>
</mxfile>
